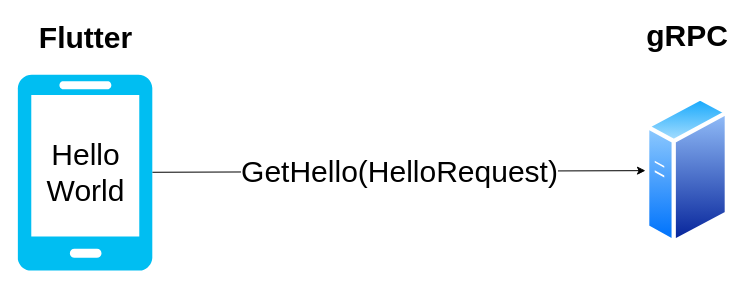
The draw.io diagram pr12er_diagram.drawio in codingpot/pr12er, before the edit. Source tidied: cells renumbered, new cells numbered last; positions are measured from the earlier drawing's top-left corner, leaving out a move shared by most shapes. Both pictures are drawn from the tidied source at 100%, with x=0, y=0 at pixel (17, 25).
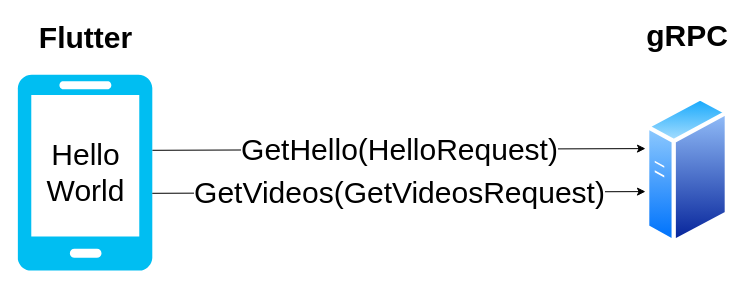
Above is the later version.

Change to the diagram source:
```diff
@@
 <mxGraphModel>
   <root>
     <mxCell id="0" />
     <mxCell id="1" parent="0" />
-    <mxCell id="2" value="&lt;font style=&quot;font-size: 30px&quot;&gt;GetHello(HelloRequest)&lt;/font&gt;" style="endArrow=classic;html=1;" parent="1" edge="1" source="5" target="3">
-      <mxGeometry relative="1" as="geometry" />
+    <mxCell id="2" value="&lt;font style=&quot;font-size: 30px&quot;&gt;GetHello(HelloRequest)&lt;/font&gt;" style="endArrow=classic;html=1;" parent="1" edge="1">
+      <mxGeometry relative="1" as="geometry">
+        <mxPoint x="134.8" y="124.8" as="sourcePoint" />
+        <mxPoint x="628" y="123.1" as="targetPoint" />
+      </mxGeometry>
     </mxCell>
     <mxCell id="3" style="perimeter=ellipsePerimeter;html=1;align=center;shadow=0;dashed=0;spacingTop=3;image;image=img/lib/active_directory/generic_server.svg;" parent="1" vertex="1">
       <mxGeometry x="628" y="70" width="84" height="150" as="geometry" />
     </mxCell>
     <mxCell id="4" style="group;" parent="1" vertex="1">
       <mxGeometry width="134.8" height="245" as="geometry" />
     </mxCell>
     <mxCell id="5" style="verticalLabelPosition=bottom;html=1;verticalAlign=top;align=center;strokeColor=none;fillColor=#00BEF2;shape=mxgraph.azure.mobile;" parent="4" vertex="1">
       <mxGeometry y="49" width="134.8" height="196" as="geometry" />
     </mxCell>
     <mxCell id="6" value="&lt;font style=&quot;font-size: 30px&quot;&gt;Hello World&lt;/font&gt;" style="text;html=1;strokeColor=none;fillColor=none;align=center;verticalAlign=middle;whiteSpace=wrap;rounded=0;" parent="4" vertex="1">
       <mxGeometry x="44.1" y="134.8" width="49" height="24.5" as="geometry" />
     </mxCell>
     <mxCell id="7" value="&lt;font style=&quot;font-size: 30px&quot;&gt;Flutter&lt;/font&gt;" style="text;html=1;strokeColor=none;fillColor=none;align=center;verticalAlign=middle;whiteSpace=wrap;rounded=0;fontStyle=1;" parent="4" vertex="1">
       <mxGeometry x="44.1" width="49" height="24.5" as="geometry" />
     </mxCell>
     <mxCell id="8" value="&lt;font style=&quot;font-size: 30px&quot;&gt;gRPC&lt;/font&gt;" style="text;html=1;strokeColor=none;fillColor=none;align=center;verticalAlign=middle;whiteSpace=wrap;rounded=0;fontStyle=1;" parent="1" vertex="1">
       <mxGeometry x="650" width="40" height="20" as="geometry" />
     </mxCell>
+    <mxCell id="9" value="&lt;font style=&quot;font-size: 30px&quot;&gt;GetVideos(GetVideosRequest)&lt;/font&gt;" style="endArrow=classic;html=1;" parent="1" edge="1">
+      <mxGeometry relative="1" as="geometry">
+        <mxPoint x="134.8" y="167.8" as="sourcePoint" />
+        <mxPoint x="628" y="166.1" as="targetPoint" />
+      </mxGeometry>
+    </mxCell>
   </root>
 </mxGraphModel>
```
